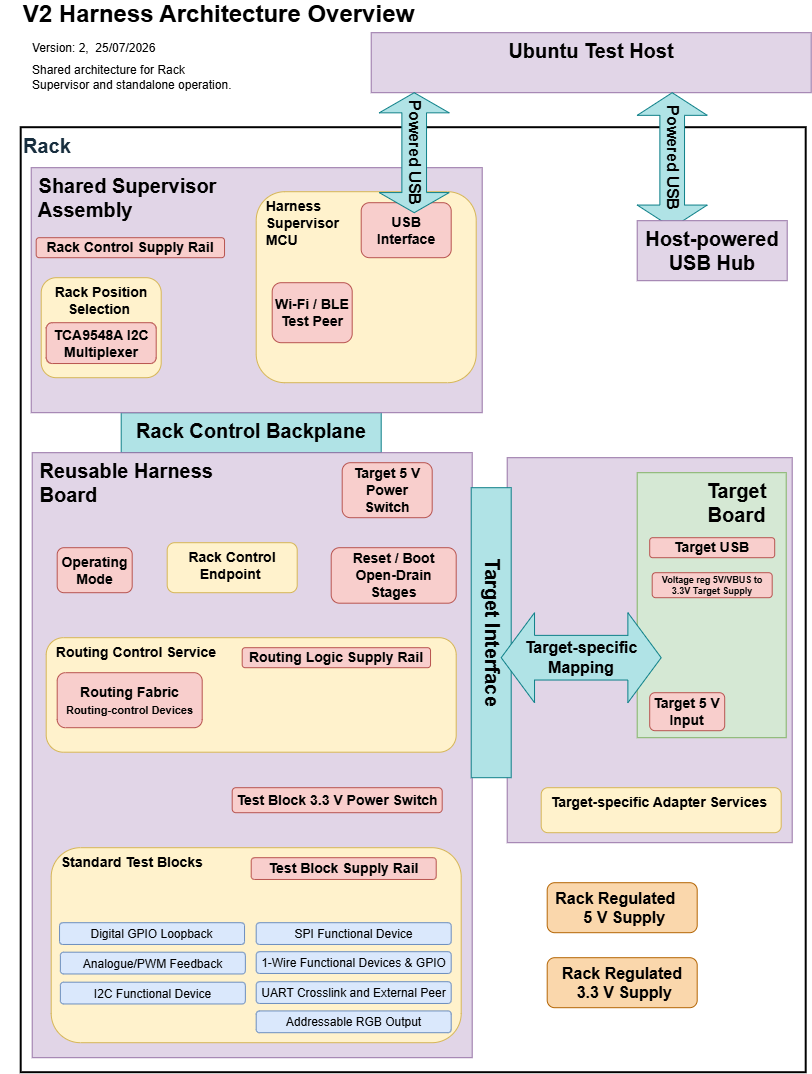
Above: docs/design/V2Harness/arch/diagrams/Rack-Architecture-Overview_V2.png in SimonGAndrews/ESP32_SGATest (draw.io), before the change. Source tidied: cells renumbered, new cells last; positions are measured from the earlier drawing's top-left corner, leaving out a move shared by most shapes.
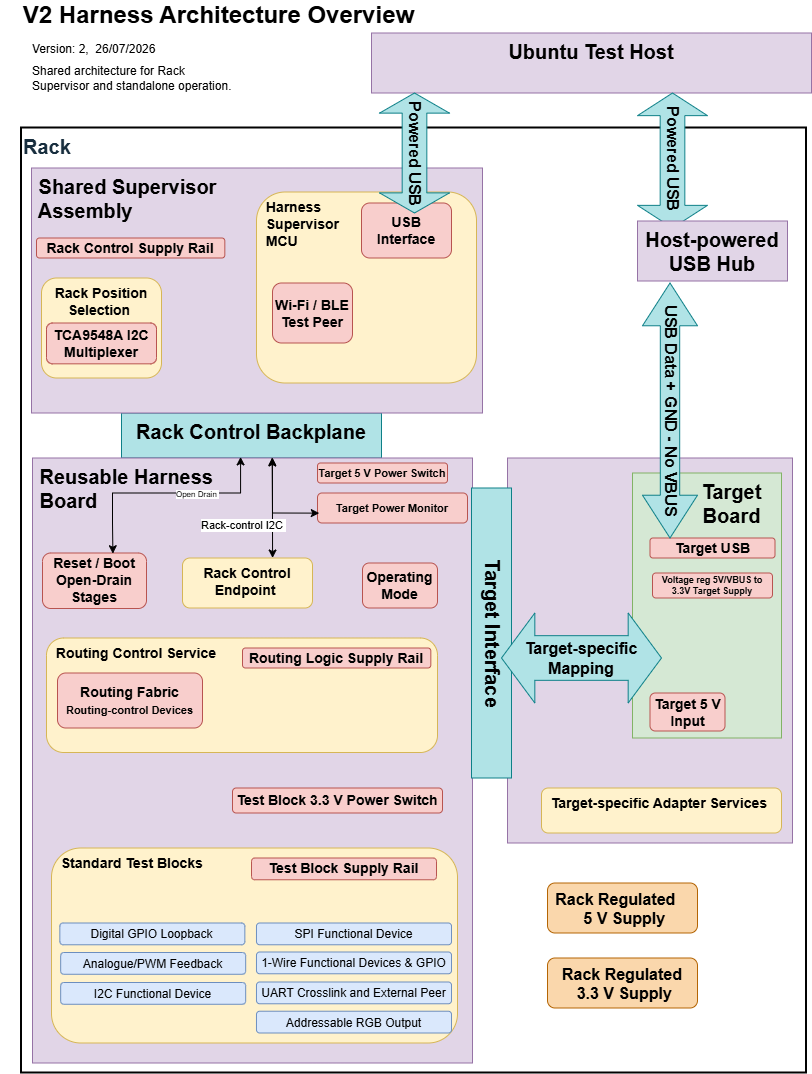
Above is the later version.

Change to the diagram source:
```diff
@@ -2,6 +2,9 @@
   <root>
     <mxCell id="0" />
     <mxCell id="1" value="Base - Rack and Supervisor" parent="0" />
+    <mxCell id="12" value="&lt;font&gt;Rack&lt;/font&gt;" style="rounded=0;whiteSpace=wrap;html=1;strokeColor=light-dark(#010101, #39454e);fontColor=#182E3E;fillColor=none;verticalAlign=top;labelPosition=center;verticalLabelPosition=middle;align=left;fontStyle=1;fontSize=20;strokeWidth=2;glass=0;shadow=0;" parent="1" vertex="1">
+      <mxGeometry x="21" y="120" width="785" height="945" as="geometry" />
+    </mxCell>
     <mxCell id="2" value="Rack Regulated&lt;br&gt;&amp;nbsp;3.3 V Supply" style="rounded=1;whiteSpace=wrap;html=1;fillColor=#fad7ac;strokeColor=#b46504;fontSize=16;verticalAlign=top;fontStyle=1;" parent="1" vertex="1">
       <mxGeometry x="547" y="950" width="150" height="50" as="geometry" />
     </mxCell>
@@ -9,7 +12,7 @@
       <mxGeometry x="547" y="875" width="150" height="50" as="geometry" />
     </mxCell>
     <mxCell id="4" value="&lt;b&gt;Rack Control Backplane&lt;/b&gt;" style="text;html=1;whiteSpace=wrap;strokeColor=#0e8088;fillColor=#b0e3e6;align=center;verticalAlign=top;rounded=0;fontSize=20;labelBackgroundColor=none;" parent="1" vertex="1">
-      <mxGeometry x="121" y="405" width="260" height="40" as="geometry" />
+      <mxGeometry x="121" y="405" width="260" height="45" as="geometry" />
     </mxCell>
     <mxCell id="5" value="&lt;b&gt;&amp;nbsp;Shared Supervisor&lt;br&gt;&amp;nbsp;Assembly&lt;/b&gt;" style="text;html=1;whiteSpace=wrap;strokeColor=#9673a6;fillColor=#e1d5e7;align=left;verticalAlign=top;rounded=0;fontSize=20;labelBackgroundColor=none;" parent="1" vertex="1">
       <mxGeometry x="31" y="160" width="451" height="245" as="geometry" />
@@ -32,27 +35,24 @@
     <mxCell id="11" value="TCA9548A I2C Multiplexer" style="rounded=1;whiteSpace=wrap;html=1;fillColor=#f8cecc;strokeColor=#b85450;fontSize=14;fontStyle=1;" parent="1" vertex="1">
       <mxGeometry x="46" y="315" width="110" height="40.8" as="geometry" />
     </mxCell>
-    <mxCell id="12" value="&lt;font&gt;Rack&lt;/font&gt;" style="rounded=0;whiteSpace=wrap;html=1;strokeColor=light-dark(#010101, #39454e);fontColor=#182E3E;fillColor=none;verticalAlign=top;labelPosition=center;verticalLabelPosition=middle;align=left;fontStyle=1;fontSize=20;strokeWidth=2;glass=0;shadow=0;" parent="1" vertex="1">
-      <mxGeometry x="21" y="120" width="785" height="945" as="geometry" />
-    </mxCell>
     <mxCell id="13" value="Base - Harness and Target" parent="0" />
     <mxCell id="14" style="text;html=1;whiteSpace=wrap;strokeColor=#9673a6;fillColor=#e1d5e7;align=left;verticalAlign=top;rounded=0;fontSize=20;labelBackgroundColor=none;" parent="13" vertex="1">
       <mxGeometry x="507" y="450" width="285" height="385" as="geometry" />
     </mxCell>
     <mxCell id="15" value="&lt;b&gt;&amp;nbsp;Reusable Harness&lt;br&gt;&amp;nbsp;Board&lt;/b&gt;" style="text;html=1;whiteSpace=wrap;strokeColor=#9673a6;fillColor=#e1d5e7;align=left;verticalAlign=top;rounded=0;fontSize=20;labelBackgroundColor=none;" parent="13" vertex="1">
-      <mxGeometry x="32" y="445" width="440" height="605" as="geometry" />
+      <mxGeometry x="32" y="450" width="440" height="605" as="geometry" />
     </mxCell>
     <mxCell id="16" value="Operating Mode" style="rounded=1;whiteSpace=wrap;html=1;fillColor=#f8cecc;strokeColor=#b85450;fontSize=14;fontFamily=Helvetica;fontColor=default;align=center;verticalAlign=middle;fontStyle=1;" parent="13" vertex="1">
-      <mxGeometry x="57" y="540" width="75" height="45" as="geometry" />
+      <mxGeometry x="362" y="555" width="75" height="45" as="geometry" />
     </mxCell>
     <mxCell id="17" value="Rack Control Endpoint&amp;nbsp;" style="rounded=1;whiteSpace=wrap;html=1;fillColor=#fff2cc;strokeColor=#d6b656;fontSize=14;verticalAlign=top;fontStyle=1;" parent="13" vertex="1">
-      <mxGeometry x="167" y="535" width="130" height="50" as="geometry" />
+      <mxGeometry x="182" y="550" width="130" height="50" as="geometry" />
     </mxCell>
-    <mxCell id="18" value="Target 5 V Power Switch" style="rounded=1;whiteSpace=wrap;html=1;fillColor=#f8cecc;strokeColor=#b85450;fontSize=14;fontStyle=1;" parent="13" vertex="1">
-      <mxGeometry x="342" y="455" width="90" height="55" as="geometry" />
+    <mxCell id="18" value="&lt;font&gt;Target 5 V Power Switch&lt;/font&gt;" style="rounded=1;whiteSpace=wrap;html=1;fillColor=#f8cecc;strokeColor=#b85450;fontSize=11;fontStyle=1;" parent="13" vertex="1">
+      <mxGeometry x="317" y="455" width="130" height="20" as="geometry" />
     </mxCell>
     <mxCell id="19" value="&lt;div&gt;&lt;b&gt;&amp;nbsp; &amp;nbsp; &amp;nbsp; &amp;nbsp; &amp;nbsp; &amp;nbsp; Target&amp;nbsp; &amp;nbsp; &amp;nbsp; &amp;nbsp; &amp;nbsp; &amp;nbsp; &amp;nbsp;Board&lt;/b&gt;&lt;/div&gt;" style="text;html=1;whiteSpace=wrap;strokeColor=#82b366;fillColor=#d5e8d4;align=center;verticalAlign=top;rounded=0;fontSize=20;labelBackgroundColor=none;" parent="13" vertex="1">
-      <mxGeometry x="637" y="465" width="149" height="265" as="geometry" />
+      <mxGeometry x="632" y="465" width="149" height="265" as="geometry" />
     </mxCell>
     <mxCell id="20" value="&lt;b&gt;Target Interface&lt;/b&gt;" style="text;html=1;whiteSpace=wrap;strokeColor=#0e8088;fillColor=#b0e3e6;align=center;verticalAlign=middle;rounded=0;fontSize=20;labelBackgroundColor=none;textDirection=vertical-rl;labelPosition=center;verticalLabelPosition=middle;" parent="13" vertex="1">
       <mxGeometry x="471" y="480" width="40" height="290" as="geometry" />
@@ -61,7 +61,7 @@
       <mxGeometry x="501" y="605" width="160" height="90" as="geometry" />
     </mxCell>
     <mxCell id="22" value="&amp;nbsp; Routing Control Service" style="rounded=1;whiteSpace=wrap;html=1;fillColor=#fff2cc;strokeColor=#d6b656;fontSize=14;verticalAlign=top;fontStyle=1;align=left;" parent="13" vertex="1">
-      <mxGeometry x="46" y="630" width="410" height="114.5" as="geometry" />
+      <mxGeometry x="46" y="630" width="391" height="114.5" as="geometry" />
     </mxCell>
     <mxCell id="23" value="Routing Logic Supply Rail" style="rounded=1;whiteSpace=wrap;html=1;fillColor=#f8cecc;strokeColor=#b85450;fontSize=14;fontFamily=Helvetica;fontColor=default;align=center;verticalAlign=middle;fontStyle=1;" parent="13" vertex="1">
       <mxGeometry x="242" y="640" width="188.3" height="20" as="geometry" />
@@ -76,10 +76,10 @@
       <mxGeometry x="57" y="665" width="145" height="55" as="geometry" />
     </mxCell>
     <mxCell id="27" value="Reset / Boot&lt;br&gt;Open-Drain Stages" style="rounded=1;whiteSpace=wrap;html=1;fillColor=#f8cecc;strokeColor=#b85450;fontSize=14;fontFamily=Helvetica;fontColor=default;align=center;verticalAlign=middle;fontStyle=1;" parent="13" vertex="1">
-      <mxGeometry x="331" y="540" width="125" height="55.5" as="geometry" />
+      <mxGeometry x="42" y="545" width="104" height="55.5" as="geometry" />
     </mxCell>
     <mxCell id="28" value="&amp;nbsp; Standard Test Blocks&lt;div&gt;&lt;br/&gt;&lt;/div&gt;" style="rounded=1;whiteSpace=wrap;html=1;fillColor=#fff2cc;strokeColor=#d6b656;fontSize=14;verticalAlign=top;fontStyle=1;align=left;" parent="13" vertex="1">
-      <mxGeometry x="51" y="840" width="410" height="195" as="geometry" />
+      <mxGeometry x="51" y="840" width="406" height="195" as="geometry" />
     </mxCell>
     <mxCell id="29" value="Test Block Supply Rail" style="rounded=1;whiteSpace=wrap;html=1;fillColor=#f8cecc;strokeColor=#b85450;fontSize=14;fontFamily=Helvetica;fontColor=default;align=center;verticalAlign=middle;fontStyle=1;" parent="13" vertex="1">
       <mxGeometry x="251" y="850" width="185" height="21.8" as="geometry" />
@@ -114,6 +114,9 @@
     <mxCell id="39" value="Target 5 V&lt;br&gt;Input" style="rounded=1;whiteSpace=wrap;html=1;fillColor=#f8cecc;strokeColor=#b85450;fontSize=14;fontFamily=Helvetica;fontColor=default;align=center;verticalAlign=middle;fontStyle=1;arcSize=14;" parent="13" vertex="1">
       <mxGeometry x="649.5" y="685" width="75" height="38" as="geometry" />
     </mxCell>
+    <mxCell id="49" value="&lt;font&gt;Target Power Monitor&lt;/font&gt;" style="rounded=1;whiteSpace=wrap;html=1;fillColor=#f8cecc;strokeColor=#b85450;fontSize=11;fontStyle=1;" parent="13" vertex="1">
+      <mxGeometry x="317" y="485" width="150" height="30" as="geometry" />
+    </mxCell>
     <mxCell id="40" value="Base - Test Host" parent="0" />
     <mxCell id="41" value="Ubuntu Test Host" style="rounded=0;whiteSpace=wrap;html=1;strokeColor=#9673a6;fontColor=default;fillColor=#e1d5e7;align=center;verticalAlign=top;fontFamily=Helvetica;fontSize=20;labelBackgroundColor=none;gradientColor=none;fontStyle=1;" parent="40" vertex="1">
       <mxGeometry x="371" y="25" width="440" height="60" as="geometry" />
@@ -127,8 +130,12 @@
     <mxCell id="44" value="Host-powered USB Hub" style="rounded=0;whiteSpace=wrap;html=1;strokeColor=#9673a6;fontColor=default;fillColor=#e1d5e7;align=center;verticalAlign=top;fontFamily=Helvetica;fontSize=20;labelBackgroundColor=none;gradientColor=none;fontStyle=1;" parent="40" vertex="1">
       <mxGeometry x="637" y="213" width="150" height="60" as="geometry" />
     </mxCell>
+    <mxCell id="50" value="Power Routes - Test Host" parent="0" />
+    <mxCell id="51" value="USB Data + GND - No VBUS" style="shape=doubleArrow;direction=south;whiteSpace=wrap;html=1;fillColor=#b0e3e6;strokeColor=#0e8088;textDirection=vertical-lr;arrowWidth=0.35238211495535715;arrowSize=0.16772810820561307;fontSize=16;fontStyle=1;fontFamily=Helvetica;" parent="50" vertex="1">
+      <mxGeometry x="642" y="275" width="55" height="255" as="geometry" />
+    </mxCell>
-    <mxCell id="45" value="TitleBlock - Architecture Overview" parent="0" />
+    <mxCell id="45" value="TitleBlock - Architecture Overview" parent="0" />
-    <mxCell id="46" value="&lt;h1 style=&quot;margin-top: 0px;&quot;&gt;&lt;span style=&quot;background-color: transparent; color: light-dark(rgb(0, 0, 0), rgb(255, 255, 255)); font-size: 12px; font-weight: normal;&quot;&gt;Version: 2,&amp;nbsp; 25/07/2026&lt;/span&gt;&lt;/h1&gt;" style="text;html=1;whiteSpace=wrap;strokeColor=none;fillColor=none;align=left;verticalAlign=middle;rounded=0;" parent="45" vertex="1">
+    <mxCell id="46" value="&lt;h1 style=&quot;margin-top: 0px;&quot;&gt;&lt;span style=&quot;background-color: transparent; color: light-dark(rgb(0, 0, 0), rgb(255, 255, 255)); font-size: 12px; font-weight: normal;&quot;&gt;Version: 2,&amp;nbsp; 26/07/2026&lt;/span&gt;&lt;/h1&gt;" style="text;html=1;whiteSpace=wrap;strokeColor=none;fillColor=none;align=left;verticalAlign=middle;rounded=0;" parent="45" vertex="1">
       <mxGeometry x="30" y="30" width="150" height="30" as="geometry" />
     </mxCell>
     <mxCell id="47" value="Shared architecture for Rack Supervisor and standalone operation." style="text;html=1;whiteSpace=wrap;strokeColor=none;fillColor=none;align=left;verticalAlign=middle;rounded=0;" parent="45" vertex="1">
@@ -137,5 +144,34 @@
     <mxCell id="48" value="&lt;h1 style=&quot;text-align: left; margin-top: 0px;&quot;&gt;V2 Harness Architecture Overview&lt;/h1&gt;" style="text;html=1;whiteSpace=wrap;strokeColor=none;fillColor=none;align=center;verticalAlign=middle;rounded=0;" parent="45" vertex="1">
       <mxGeometry width="437" height="30" as="geometry" />
     </mxCell>
+    <mxCell id="52" style="endArrow=classic;startArrow=classic;html=1;rounded=0;exitX=0.677;exitY=0.013;exitDx=0;exitDy=0;entryX=0.458;entryY=0.976;entryDx=0;entryDy=0;entryPerimeter=0;exitPerimeter=0;" parent="45" edge="1" source="27" target="4">
+      <mxGeometry relative="1" as="geometry">
+        <Array as="points">
+          <mxPoint x="112" y="515" />
+          <mxPoint x="112" y="485" />
+          <mxPoint x="240.1" y="485" />
+        </Array>
+      </mxGeometry>
+    </mxCell>
+    <mxCell id="53" value="Open Drain&amp;nbsp;" style="edgeLabel;html=1;align=center;verticalAlign=middle;fontSize=8;" parent="52" vertex="1">
+      <mxGeometry x="0.2" y="-1" relative="1" as="geometry">
+        <mxPoint x="9" y="-1" as="offset" />
+      </mxGeometry>
+    </mxCell>
+    <mxCell id="54" style="endArrow=classic;startArrow=classic;html=1;rounded=0;entryX=0.545;entryY=0;entryDx=0;entryDy=0;entryPerimeter=0;exitX=0.693;exitY=0;exitDx=0;exitDy=0;exitPerimeter=0;" parent="45" edge="1" source="17" target="15">
+      <mxGeometry relative="1" as="geometry" />
+    </mxCell>
+    <mxCell id="55" value="Rack-control I2C&amp;nbsp;" style="edgeLabel;html=1;align=center;verticalAlign=middle;" parent="54" vertex="1">
+      <mxGeometry x="0.14" y="1" relative="1" as="geometry">
+        <mxPoint x="-29" y="22" as="offset" />
+      </mxGeometry>
+    </mxCell>
+    <mxCell id="56" style="endArrow=classic;startArrow=classic;html=1;rounded=0;entryX=0.58;entryY=0.984;entryDx=0;entryDy=0;entryPerimeter=0;exitX=0.012;exitY=0.671;exitDx=0;exitDy=0;exitPerimeter=0;" parent="45" edge="1" source="49" target="4">
+      <mxGeometry relative="1" as="geometry">
+        <Array as="points">
+          <mxPoint x="272" y="505" />
+        </Array>
+      </mxGeometry>
+    </mxCell>
   </root>
 </mxGraphModel>
```
